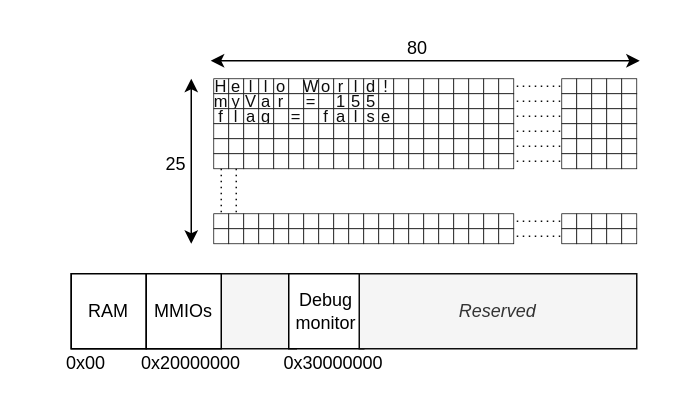
silhavyj/ZeroMate keeps this draw.io diagram as docs/diagrams/peripherals/debug_monitor/debug_monitor.drawio. Above is the earlier version. Source tidied: cells renumbered, new cells numbered last; positions are measured from the earlier drawing's top-left corner, leaving out a move shared by most shapes. Both pictures are drawn from the tidied source at 150%, with x=0, y=0 at pixel (26, 26).
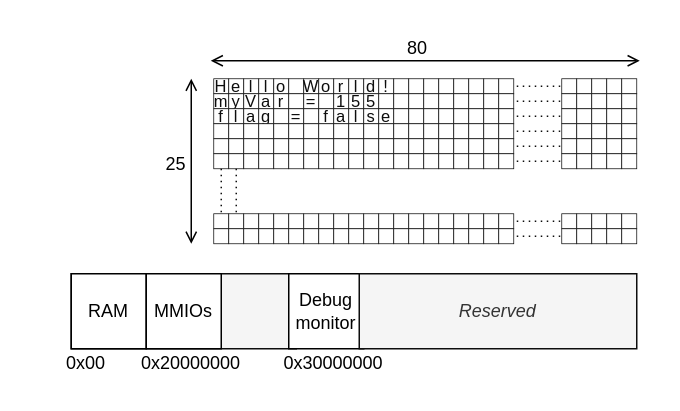
The same diagram, later.

Diff of the diagram source:
```diff
@@
-    <mxCell id="219" style="endArrow=classic;startArrow=classic;html=1;rounded=0;" parent="1" edge="1">
+    <mxCell id="219" style="endArrow=open;startArrow=open;html=1;rounded=0;startFill=0;endFill=0;" parent="1" edge="1">
       <mxGeometry relative="1" as="geometry">
         <mxPoint x="110" y="145" as="sourcePoint" />
         <mxPoint x="110" y="35" as="targetPoint" />
       </mxGeometry>
     </mxCell>
-    <mxCell id="220" style="endArrow=classic;startArrow=classic;html=1;rounded=0;" parent="1" edge="1">
+    <mxCell id="220" style="endArrow=open;startArrow=open;html=1;rounded=0;startFill=0;endFill=0;" parent="1" edge="1">
       <mxGeometry relative="1" as="geometry">
         <mxPoint x="409" y="23" as="sourcePoint" />
         <mxPoint x="123" y="23" as="targetPoint" />
       </mxGeometry>
     </mxCell>
```
